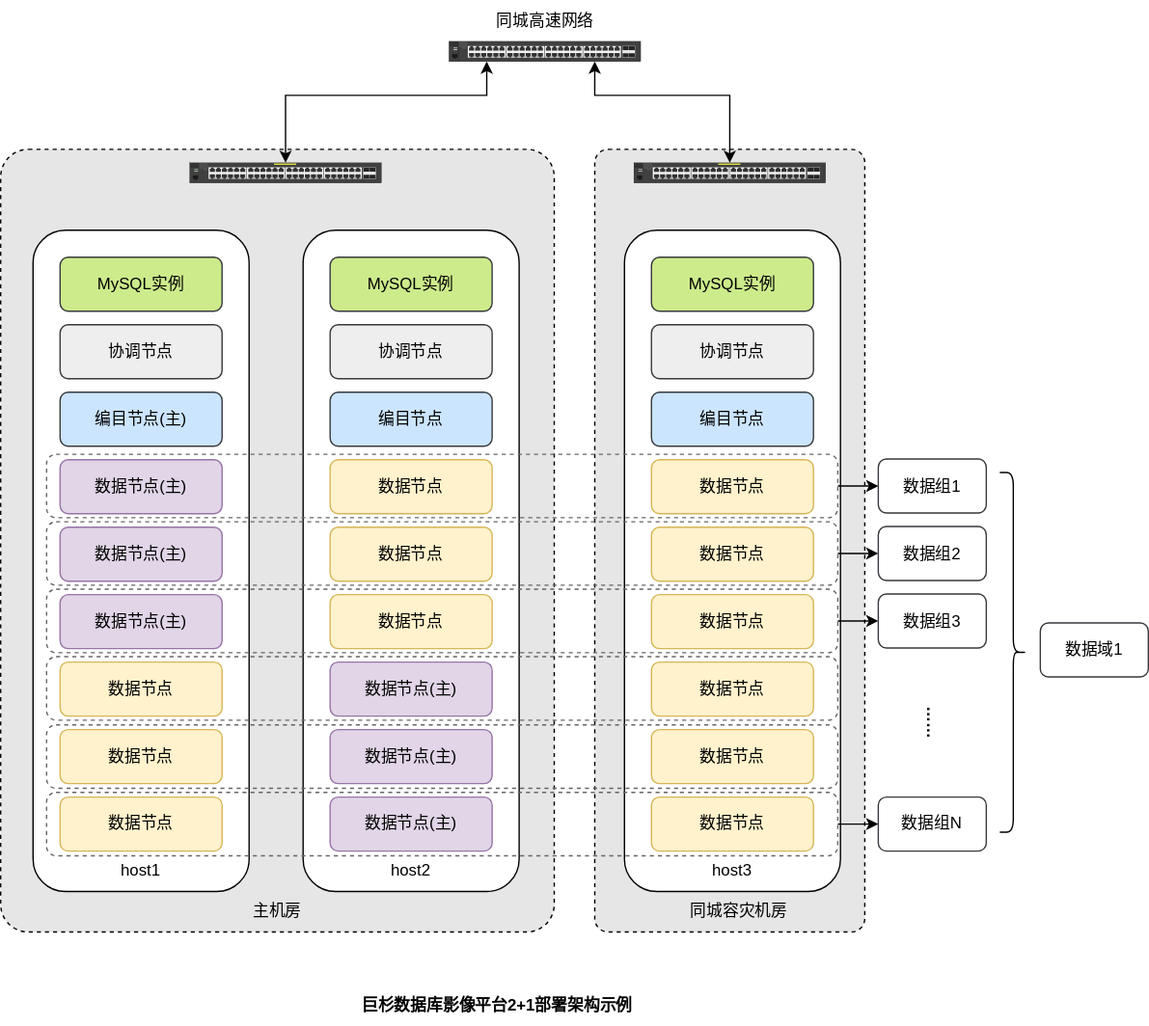
Above: 巨杉数据据库影像平台2+1部署.drawio.svg in x56080/drawio (draw.io), before the change. Source tidied: cells renumbered, new cells last; positions are measured from the earlier drawing's top-left corner, leaving out a move shared by most shapes.
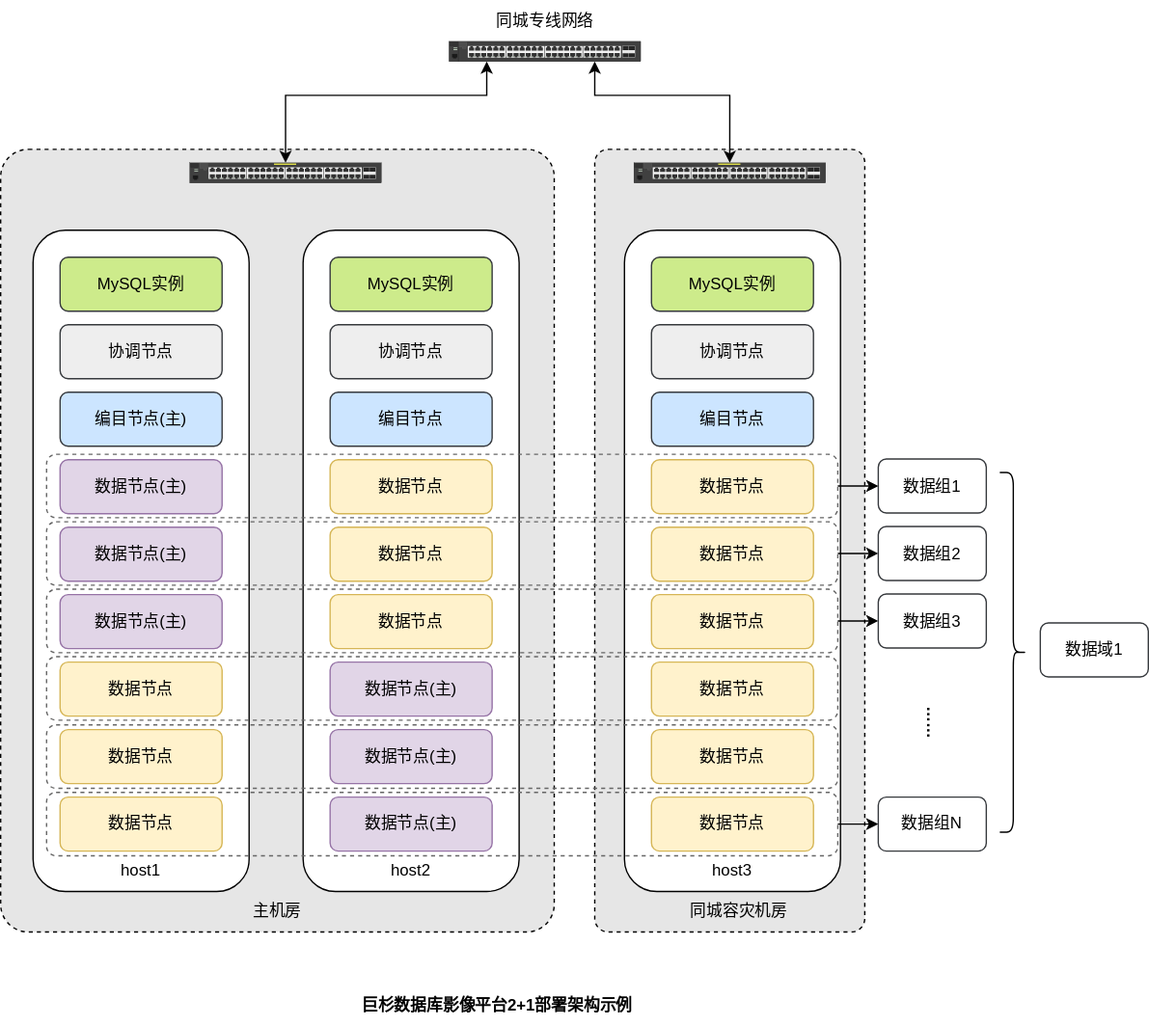
After the change.

Commit message:
更新巨杉数据据库影像平台2+1部署.drawio.svg

Diff of the diagram source:
```diff
@@ -200,7 +200,7 @@
     <mxCell id="61" style="html=1;verticalLabelPosition=bottom;verticalAlign=top;outlineConnect=0;shadow=0;dashed=0;shape=mxgraph.rack.hpe_aruba.switches.j9772a_2530_48g_poeplus_switch;" parent="1" vertex="1">
       <mxGeometry x="140" y="120" width="142" height="15" as="geometry" />
     </mxCell>
-    <mxCell id="62" value="同城高速网络" style="text;html=1;align=center;verticalAlign=middle;whiteSpace=wrap;rounded=1;" parent="1" vertex="1">
+    <mxCell id="62" value="同城专线网络" style="text;html=1;align=center;verticalAlign=middle;whiteSpace=wrap;rounded=1;" parent="1" vertex="1">
       <mxGeometry x="349.5" width="107" height="30" as="geometry" />
     </mxCell>
   </root>
```
